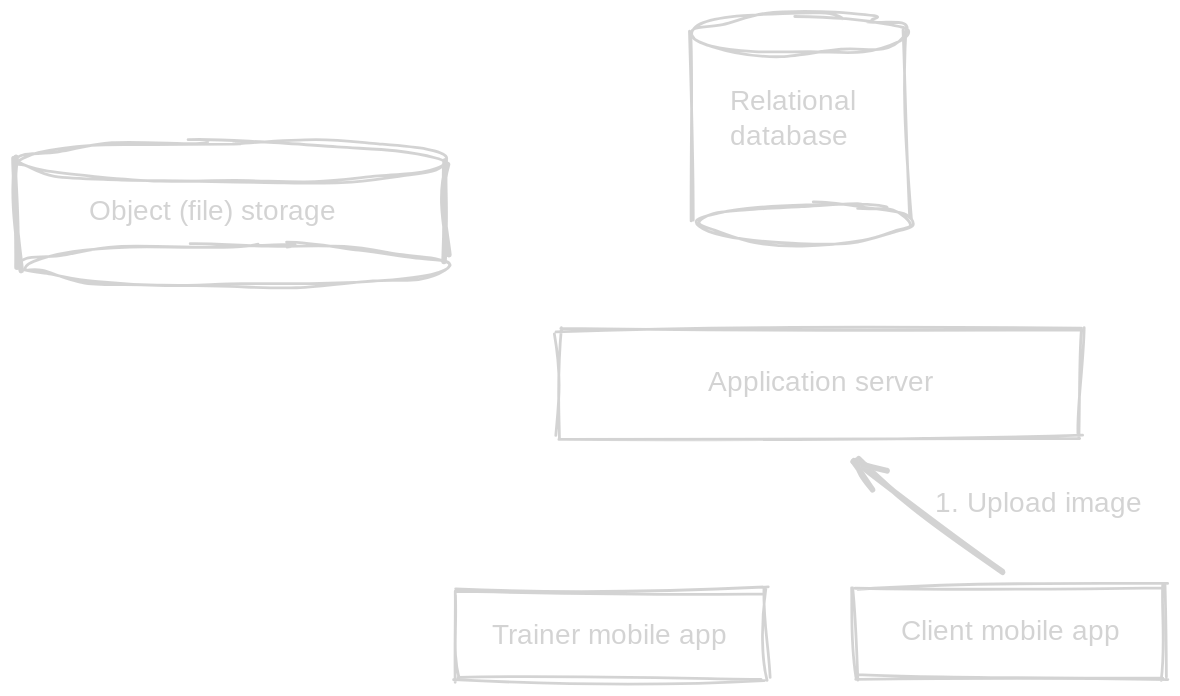
Before: images/gym-app-upload-1.svg, a diagram exported from Excalidraw (filipegeric/scaling-the-client). Source tidied: one line per element, renumbered; positions are measured from the earlier drawing's top-left corner, leaving out a move shared by most shapes. Source of this version:
```json
{"id": 0, "type": "rectangle", "strokeColor": "#1e1e1e", "strokeWidth": 2, "roughness": 2, "x": 313, "y": 412, "width": 222, "height": 65}
{"id": 1, "type": "text", "text": "Trainer mobile app", "strokeColor": "#1e1e1e", "backgroundColor": "#ffffff", "fillStyle": "solid", "strokeWidth": 2, "roughness": 2, "fontSize": 20, "fontFamily": 1, "textAlign": "center", "verticalAlign": "middle", "inside": 0, "x": 335, "y": 432, "width": 179, "height": 25}
{"id": 2, "type": "rectangle", "strokeColor": "#1e1e1e", "strokeWidth": 2, "roughness": 2, "x": 600, "y": 409, "width": 222, "height": 65}
{"id": 3, "type": "text", "text": "Client mobile app", "strokeColor": "#1e1e1e", "backgroundColor": "#ffffff", "fillStyle": "solid", "strokeWidth": 2, "roughness": 2, "fontSize": 20, "fontFamily": 1, "textAlign": "center", "verticalAlign": "middle", "inside": 2, "x": 630, "y": 429, "width": 162, "height": 25}
{"id": 4, "type": "rectangle", "strokeColor": "#1e1e1e", "strokeWidth": 2, "roughness": 2, "x": 389, "y": 225, "width": 372, "height": 78}
{"id": 5, "type": "text", "text": "Application server", "strokeColor": "#1e1e1e", "backgroundColor": "#ffffff", "fillStyle": "solid", "strokeWidth": 2, "roughness": 2, "fontSize": 20, "fontFamily": 1, "textAlign": "center", "verticalAlign": "middle", "inside": 4, "x": 489, "y": 251, "width": 172, "height": 25}
{"id": 6, "type": "ellipse", "strokeColor": "#1e1e1e", "strokeWidth": 2, "roughness": 2, "x": 487, "y": 135, "width": 153, "height": 28}
{"id": 7, "type": "ellipse", "strokeColor": "#1e1e1e", "strokeWidth": 2, "roughness": 2, "x": 485, "y": 0, "width": 153, "height": 28}
{"id": 8, "type": "line", "strokeColor": "#1e1e1e", "backgroundColor": "#ffffff", "fillStyle": "solid", "strokeWidth": 2, "roughness": 2, "x": 481, "y": 13, "width": 2, "height": 135, "points": [[0, 0], [2, 135]]}
{"id": 9, "type": "line", "strokeColor": "#1e1e1e", "backgroundColor": "#ffffff", "fillStyle": "solid", "strokeWidth": 2, "roughness": 2, "x": 635, "y": 11, "width": 3, "height": 136, "points": [[0, 0], [3, 136]]}
{"id": 10, "type": "text", "text": "Relational \ndatabase", "strokeColor": "#1e1e1e", "backgroundColor": "#ffffff", "fillStyle": "solid", "strokeWidth": 2, "roughness": 2, "fontSize": 20, "fontFamily": 1, "x": 511, "y": 51, "width": 108, "height": 50}
{"id": 11, "type": "ellipse", "strokeColor": "#1e1e1e", "strokeWidth": 2, "roughness": 2, "x": 4, "y": 165, "width": 305, "height": 29}
{"id": 12, "type": "ellipse", "strokeColor": "#1e1e1e", "strokeWidth": 2, "roughness": 2, "x": 2, "y": 91, "width": 305, "height": 29}
{"id": 13, "type": "text", "text": "Object (file) storage", "strokeColor": "#1e1e1e", "strokeWidth": 4, "roughness": 2, "fontSize": 20, "fontFamily": 1, "x": 53, "y": 129, "width": 205, "height": 25}
{"id": 14, "type": "line", "strokeColor": "#1e1e1e", "strokeWidth": 4, "roughness": 2, "x": 0, "y": 103, "width": 2, "height": 77, "points": [[0, 0], [2, 77]]}
{"id": 15, "type": "line", "strokeColor": "#1e1e1e", "strokeWidth": 4, "roughness": 2, "x": 306, "y": 105, "width": 3, "height": 69, "points": [[0, 0], [3, 69]]}
{"id": 16, "type": "arrow", "strokeColor": "#1e1e1e", "strokeWidth": 4, "roughness": 2, "endArrowhead": "arrow", "from": 2, "to": 4, "x": 706, "y": 399, "width": 106, "height": 82, "points": [[0, 0], [-106, -82]]}
{"id": 17, "type": "text", "text": "1. Upload image", "strokeColor": "#1e1e1e", "strokeWidth": 4, "roughness": 2, "fontSize": 20, "fontFamily": 1, "x": 657, "y": 338, "width": 147, "height": 25}
```
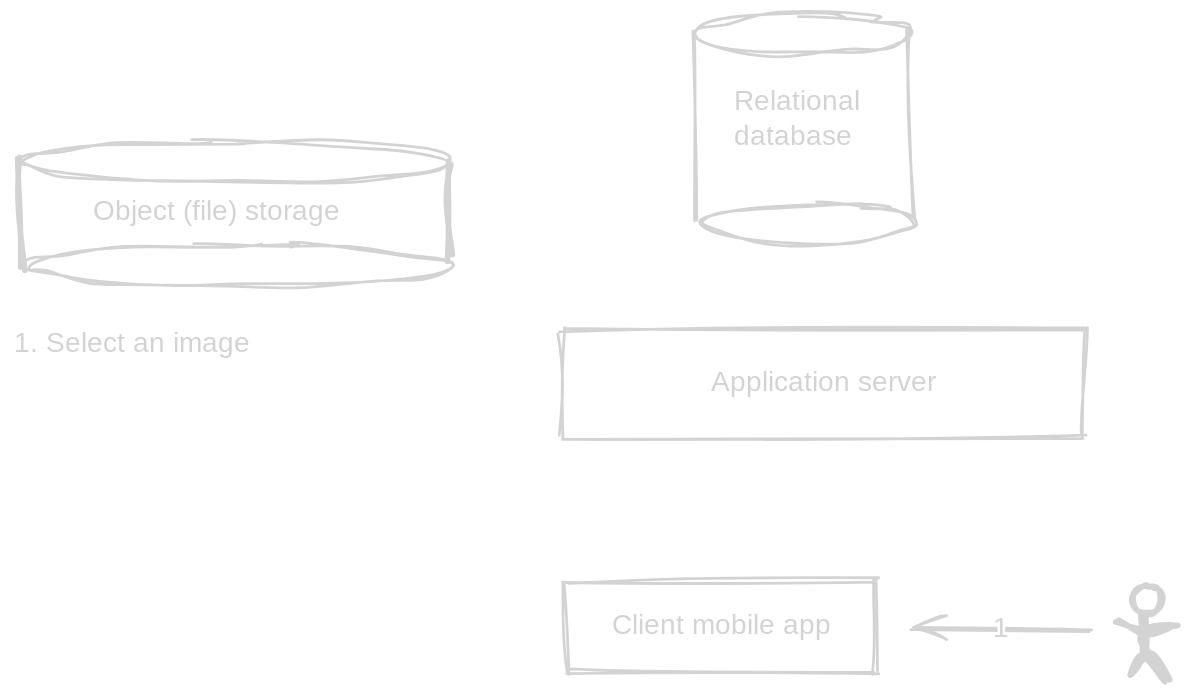
After the change.

Change to the diagram source:
```diff
@@ -1,7 +1,5 @@
-{"id": 0, "type": "rectangle", "strokeColor": "#1e1e1e", "strokeWidth": 2, "roughness": 2, "x": 313, "y": 412, "width": 222, "height": 65}
-{"id": 1, "type": "text", "text": "Trainer mobile app", "strokeColor": "#1e1e1e", "backgroundColor": "#ffffff", "fillStyle": "solid", "strokeWidth": 2, "roughness": 2, "fontSize": 20, "fontFamily": 1, "textAlign": "center", "verticalAlign": "middle", "inside": 0, "x": 335, "y": 432, "width": 179, "height": 25}
-{"id": 2, "type": "rectangle", "strokeColor": "#1e1e1e", "strokeWidth": 2, "roughness": 2, "x": 600, "y": 409, "width": 222, "height": 65}
+{"id": 2, "type": "rectangle", "strokeColor": "#1e1e1e", "strokeWidth": 2, "roughness": 2, "x": 391, "y": 405, "width": 222, "height": 65}
-{"id": 3, "type": "text", "text": "Client mobile app", "strokeColor": "#1e1e1e", "backgroundColor": "#ffffff", "fillStyle": "solid", "strokeWidth": 2, "roughness": 2, "fontSize": 20, "fontFamily": 1, "textAlign": "center", "verticalAlign": "middle", "inside": 2, "x": 630, "y": 429, "width": 162, "height": 25}
+{"id": 3, "type": "text", "text": "Client mobile app", "strokeColor": "#1e1e1e", "backgroundColor": "#ffffff", "fillStyle": "solid", "strokeWidth": 2, "roughness": 2, "fontSize": 20, "fontFamily": 1, "textAlign": "center", "verticalAlign": "middle", "inside": 2, "x": 421, "y": 425, "width": 162, "height": 25}
 {"id": 4, "type": "rectangle", "strokeColor": "#1e1e1e", "strokeWidth": 2, "roughness": 2, "x": 389, "y": 225, "width": 372, "height": 78}
 {"id": 5, "type": "text", "text": "Application server", "strokeColor": "#1e1e1e", "backgroundColor": "#ffffff", "fillStyle": "solid", "strokeWidth": 2, "roughness": 2, "fontSize": 20, "fontFamily": 1, "textAlign": "center", "verticalAlign": "middle", "inside": 4, "x": 489, "y": 251, "width": 172, "height": 25}
 {"id": 6, "type": "ellipse", "strokeColor": "#1e1e1e", "strokeWidth": 2, "roughness": 2, "x": 487, "y": 135, "width": 153, "height": 28}
@@ -14,5 +12,8 @@
 {"id": 13, "type": "text", "text": "Object (file) storage", "strokeColor": "#1e1e1e", "strokeWidth": 4, "roughness": 2, "fontSize": 20, "fontFamily": 1, "x": 53, "y": 129, "width": 205, "height": 25}
 {"id": 14, "type": "line", "strokeColor": "#1e1e1e", "strokeWidth": 4, "roughness": 2, "x": 0, "y": 103, "width": 2, "height": 77, "points": [[0, 0], [2, 77]]}
 {"id": 15, "type": "line", "strokeColor": "#1e1e1e", "strokeWidth": 4, "roughness": 2, "x": 306, "y": 105, "width": 3, "height": 69, "points": [[0, 0], [3, 69]]}
-{"id": 16, "type": "arrow", "strokeColor": "#1e1e1e", "strokeWidth": 4, "roughness": 2, "endArrowhead": "arrow", "from": 2, "to": 4, "x": 706, "y": 399, "width": 106, "height": 82, "points": [[0, 0], [-106, -82]]}
-{"id": 17, "type": "text", "text": "1. Upload image", "strokeColor": "#1e1e1e", "strokeWidth": 4, "roughness": 2, "fontSize": 20, "fontFamily": 1, "x": 657, "y": 338, "width": 147, "height": 25}
+{"id": 18, "type": "ellipse", "strokeColor": "#1e1e1e", "strokeWidth": 4, "roughness": 2, "round": true, "x": 796, "y": 408, "width": 20, "height": 20}
+{"id": 19, "type": "line", "strokeColor": "#1e1e1e", "strokeWidth": 4, "roughness": 2, "round": true, "x": 805, "y": 428, "width": 46, "height": 47, "points": [[0, 0], [1, 29], [-13, 45], [1, 30], [17, 47], [-1, 28], [-1, 12], [23, 7], [-1, 12], [-22, 6]]}
+{"id": 20, "type": "arrow", "strokeColor": "#1e1e1e", "strokeWidth": 2, "roughness": 1, "endArrowhead": "arrow", "round": true, "x": 766, "y": 441, "width": 127, "height": 2, "points": [[0, 0], [-127, -2]]}
+{"id": 21, "type": "text", "text": "1", "strokeColor": "#1e1e1e", "strokeWidth": 2, "roughness": 1, "fontSize": 20, "fontFamily": 1, "textAlign": "center", "verticalAlign": "middle", "inside": 20, "x": 699, "y": 428, "width": 5, "height": 25}
+{"id": 22, "type": "text", "text": "1. Select an image", "strokeColor": "#1e1e1e", "strokeWidth": 2, "roughness": 1, "fontSize": 20, "fontFamily": 1, "x": -3, "y": 224, "width": 176, "height": 25}
```
